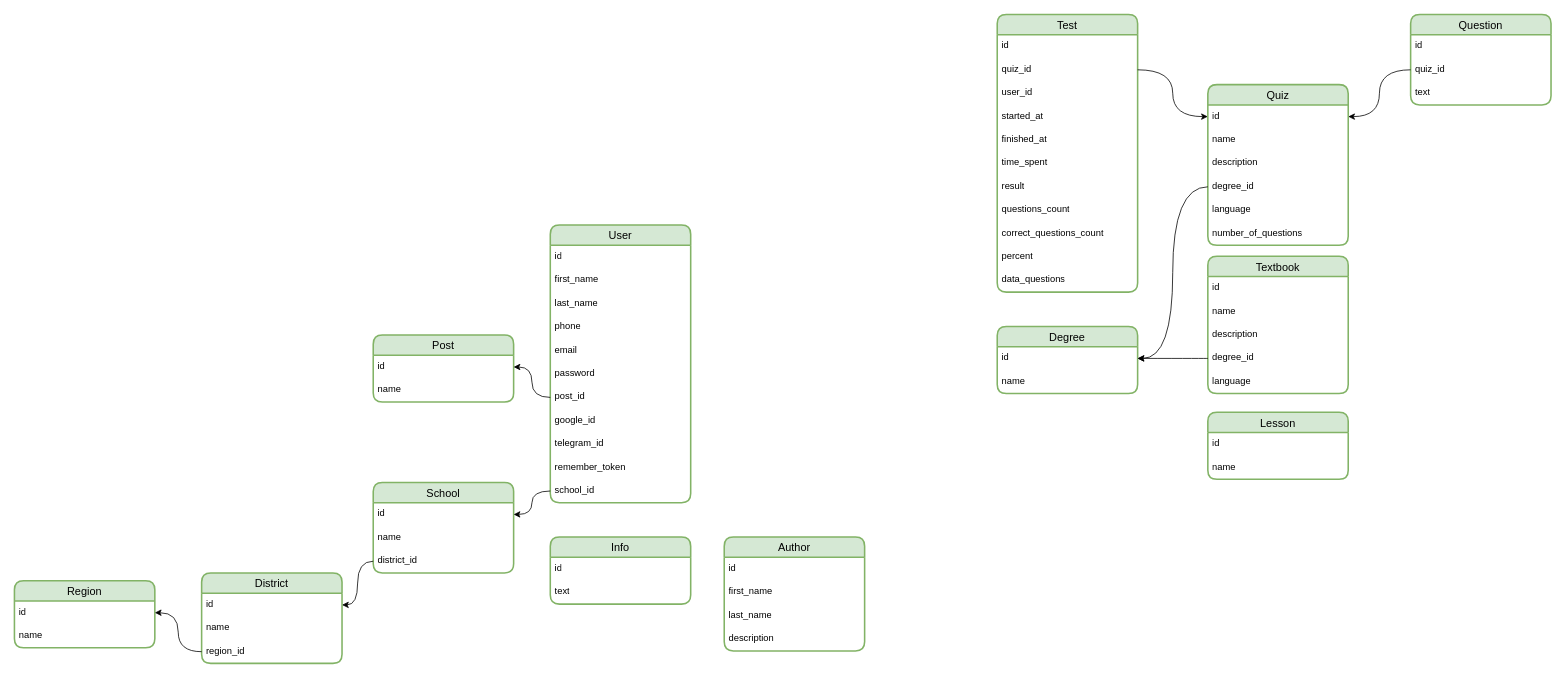
The draw.io diagram karsoft-learn-platform.drawio in iztileuoff/databases, before the edit. Source tidied: cells renumbered, new cells numbered last; positions are measured from the earlier drawing's top-left corner, leaving out a move shared by most shapes. Both pictures are drawn from the tidied source at 78%, with x=0, y=0 at pixel (14, 14).
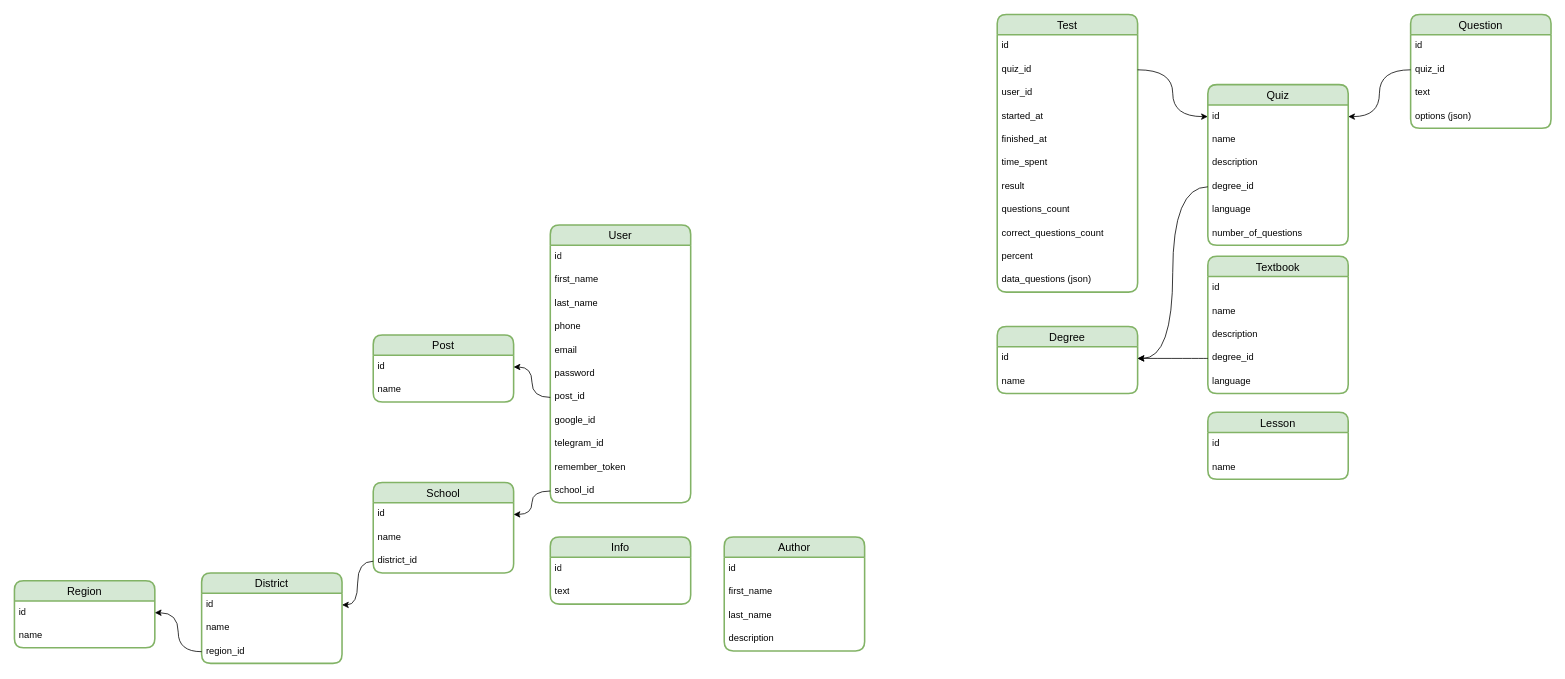
The same diagram, later.

Unchanged cells that the change refers to:
```xml
<mxCell id="29" value="Test" style="swimlane;fontStyle=0;horizontal=1;startSize=26;align=center;fontSize=14;strokeWidth=2;rounded=1;shadow=0;glass=0;swimlaneLine=1;labelBackgroundColor=none;labelBorderColor=none;textShadow=0;fillColor=#d5e8d4;strokeColor=#82b366;" parent="1" vertex="1">
  <mxGeometry x="1260" width="180" height="356" as="geometry" />
</mxCell>
```

The edit, as a diff of the source:
```diff
@@
     <mxCell id="24" value="Question" style="swimlane;fontStyle=0;horizontal=1;startSize=26;align=center;fontSize=14;strokeWidth=2;rounded=1;shadow=0;glass=0;swimlaneLine=1;labelBackgroundColor=none;labelBorderColor=none;textShadow=0;fillColor=#d5e8d4;strokeColor=#82b366;" parent="1" vertex="1">
-      <mxGeometry x="1790" width="180" height="116" as="geometry" />
+      <mxGeometry x="1790" width="180" height="146" as="geometry" />
     </mxCell>
@@
+    <mxCell id="79" value="options (json)" style="text;strokeColor=none;fillColor=none;spacingLeft=4;spacingRight=4;overflow=hidden;fontSize=12;whiteSpace=wrap;html=1;" parent="24" vertex="1">
+      <mxGeometry y="116" width="180" height="30" as="geometry" />
+    </mxCell>
@@
-    <mxCell id="40" value="data_questions" style="text;strokeColor=none;fillColor=none;spacingLeft=4;spacingRight=4;overflow=hidden;fontSize=12;whiteSpace=wrap;html=1;" parent="29" vertex="1">
+    <mxCell id="40" value="data_questions (json)" style="text;strokeColor=none;fillColor=none;spacingLeft=4;spacingRight=4;overflow=hidden;fontSize=12;whiteSpace=wrap;html=1;" parent="29" vertex="1">
       <mxGeometry y="326" width="180" height="30" as="geometry" />
     </mxCell>
```
